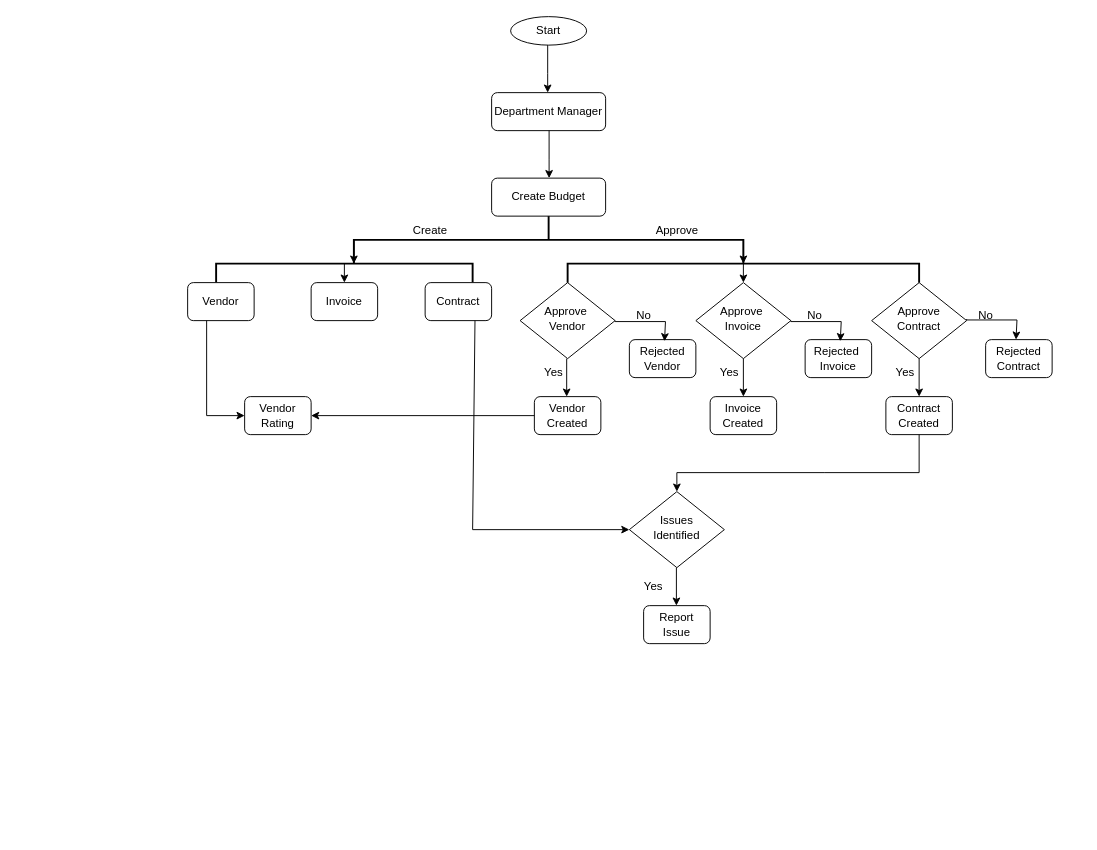
The draw.io diagram Untitled Diagram.drawio in anjana732/Cv, before the edit. Source tidied: cells renumbered, new cells numbered last; positions are measured from the earlier drawing's top-left corner, leaving out a move shared by most shapes. Both pictures are drawn from the tidied source at 95%, with x=0, y=0 at pixel (187, 16).
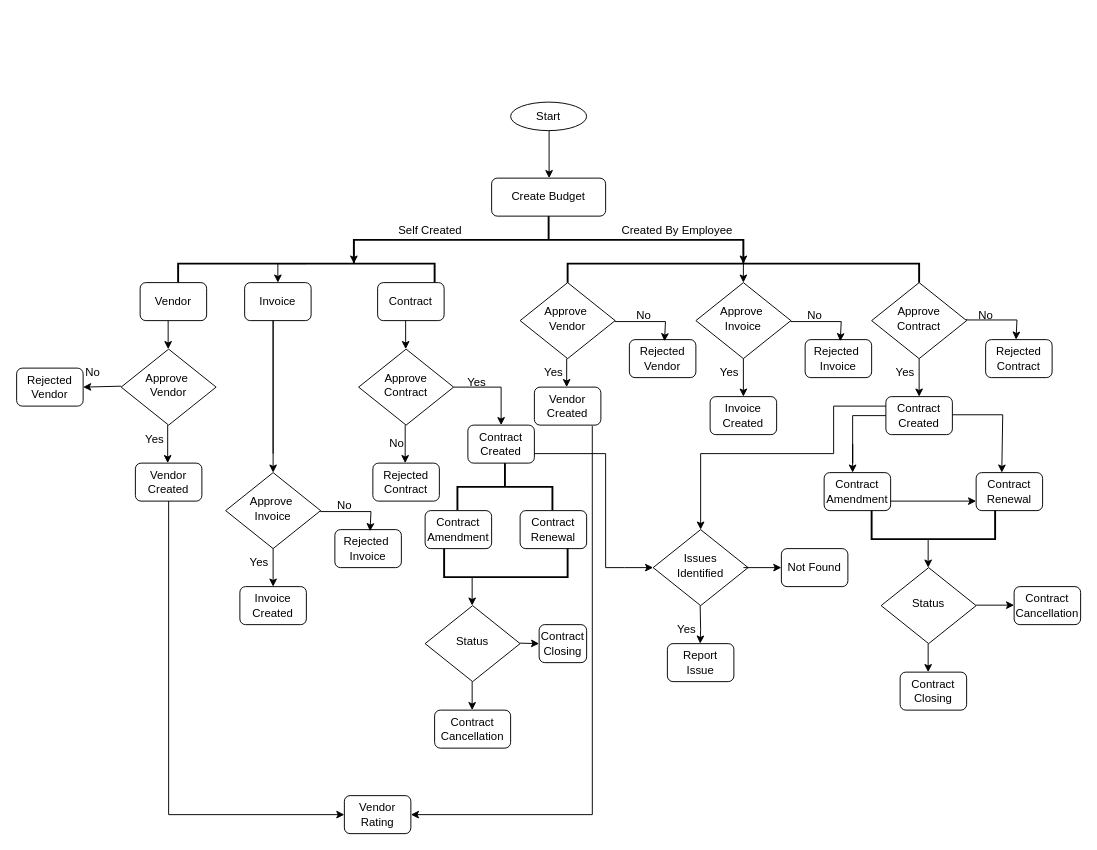
The same diagram, later.

Unchanged cells that the change refers to:
```xml
<mxCell id="26" value="Contract Created" style="rounded=1;whiteSpace=wrap;html=1;fontSize=12;glass=0;strokeWidth=1;shadow=0;" parent="1" vertex="1">
  <mxGeometry x="735" y="400" width="70" height="40" as="geometry" />
</mxCell>
```

Change to the diagram source:
```diff
@@
-    <mxCell id="2" value="Department Manager" style="rounded=1;whiteSpace=wrap;html=1;fontSize=12;glass=0;strokeWidth=1;shadow=0;" parent="1" vertex="1">
-      <mxGeometry x="320" y="80" width="120" height="40" as="geometry" />
-    </mxCell>
     <mxCell id="3" value="Start" style="ellipse;whiteSpace=wrap;html=1;" parent="1" vertex="1">
-      <mxGeometry x="340" width="80" height="30" as="geometry" />
+      <mxGeometry x="340" y="90" width="80" height="30" as="geometry" />
     </mxCell>
-    <mxCell id="4" style="endArrow=classic;html=1;rounded=0;" parent="1" edge="1">
-      <mxGeometry relative="1" as="geometry">
-        <mxPoint x="379" y="30" as="sourcePoint" />
-        <mxPoint x="379" y="80" as="targetPoint" />
-        <Array as="points">
-          <mxPoint x="379" y="60" />
-        </Array>
-      </mxGeometry>
-    </mxCell>
@@
-    <mxCell id="9" value="Create" style="text;html=1;align=center;verticalAlign=middle;strokeColor=none;fillColor=none;" parent="1" vertex="1">
-      <mxGeometry x="225" y="210" width="60" height="30" as="geometry" />
+    <mxCell id="9" value="Self Created" style="text;html=1;align=center;verticalAlign=middle;strokeColor=none;fillColor=none;" parent="1" vertex="1">
+      <mxGeometry x="210" y="210" width="90" height="30" as="geometry" />
     </mxCell>
-    <mxCell id="10" value="Approve" style="text;html=1;align=center;verticalAlign=middle;strokeColor=none;fillColor=none;" parent="1" vertex="1">
-      <mxGeometry x="480" y="210" width="70" height="30" as="geometry" />
+    <mxCell id="10" value="Created By Employee" style="text;html=1;align=center;verticalAlign=middle;strokeColor=none;fillColor=none;" parent="1" vertex="1">
+      <mxGeometry x="445" y="210" width="140" height="30" as="geometry" />
     </mxCell>
@@
     <mxCell id="14" style="strokeWidth=2;html=1;shape=mxgraph.flowchart.annotation_1;align=left;direction=south;" parent="1" vertex="1">
-      <mxGeometry x="30" y="260" width="270" height="20" as="geometry" />
+      <mxGeometry x="-10" y="260" width="270" height="20" as="geometry" />
     </mxCell>
@@
     <mxCell id="17" value="Vendor" style="rounded=1;whiteSpace=wrap;html=1;fontSize=12;glass=0;strokeWidth=1;shadow=0;" parent="1" vertex="1">
-      <mxGeometry y="280" width="70" height="40" as="geometry" />
+      <mxGeometry x="-50" y="280" width="70" height="40" as="geometry" />
     </mxCell>
     <mxCell id="18" value="Contract" style="rounded=1;whiteSpace=wrap;html=1;fontSize=12;glass=0;strokeWidth=1;shadow=0;" parent="1" vertex="1">
-      <mxGeometry x="250" y="280" width="70" height="40" as="geometry" />
+      <mxGeometry x="200" y="280" width="70" height="40" as="geometry" />
     </mxCell>
     <mxCell id="19" value="Invoice" style="rounded=1;whiteSpace=wrap;html=1;fontSize=12;glass=0;strokeWidth=1;shadow=0;" parent="1" vertex="1">
-      <mxGeometry x="130" y="280" width="70" height="40" as="geometry" />
+      <mxGeometry x="60" y="280" width="70" height="40" as="geometry" />
     </mxCell>
@@
     <mxCell id="22" value="Vendor Created" style="rounded=1;whiteSpace=wrap;html=1;fontSize=12;glass=0;strokeWidth=1;shadow=0;" parent="1" vertex="1">
-      <mxGeometry x="365" y="400" width="70" height="40" as="geometry" />
+      <mxGeometry x="365" y="390" width="70" height="40" as="geometry" />
     </mxCell>
@@
     <mxCell id="28" style="endArrow=classic;html=1;rounded=0;" parent="1" edge="1">
       <mxGeometry relative="1" as="geometry">
         <mxPoint x="399" y="360" as="sourcePoint" />
-        <mxPoint x="399" y="400" as="targetPoint" />
+        <mxPoint x="399" y="390" as="targetPoint" />
       </mxGeometry>
     </mxCell>
@@
     <mxCell id="40" value="Vendor Rating" style="rounded=1;whiteSpace=wrap;html=1;fontSize=12;glass=0;strokeWidth=1;shadow=0;" parent="1" vertex="1">
-      <mxGeometry x="60" y="400" width="70" height="40" as="geometry" />
+      <mxGeometry x="165" y="820" width="70" height="40" as="geometry" />
     </mxCell>
-    <mxCell id="41" style="endArrow=classic;html=1;rounded=0;entryX=0;entryY=0.5;entryDx=0;entryDy=0;" parent="1" edge="1" target="40">
+    <mxCell id="41" style="endArrow=classic;html=1;rounded=0;entryX=0;entryY=0.5;entryDx=0;entryDy=0;exitX=0.5;exitY=1;exitDx=0;exitDy=0;" parent="1" edge="1" source="50" target="40">
       <mxGeometry relative="1" as="geometry">
-        <mxPoint x="20" y="320" as="sourcePoint" />
         <Array as="points">
-          <mxPoint x="20" y="420" />
+          <mxPoint x="-20" y="840" />
         </Array>
       </mxGeometry>
     </mxCell>
-    <mxCell id="42" style="endArrow=classic;html=1;rounded=0;entryX=1;entryY=0.5;entryDx=0;entryDy=0;exitX=0;exitY=0.5;exitDx=0;exitDy=0;" parent="1" edge="1" source="22" target="40">
-      <mxGeometry relative="1" as="geometry" />
+    <mxCell id="42" style="endArrow=classic;html=1;rounded=0;entryX=1;entryY=0.5;entryDx=0;entryDy=0;exitX=0.871;exitY=1.025;exitDx=0;exitDy=0;exitPerimeter=0;" parent="1" edge="1" source="22" target="40">
+      <mxGeometry relative="1" as="geometry">
+        <Array as="points">
+          <mxPoint x="426" y="840" />
+        </Array>
+      </mxGeometry>
     </mxCell>
-    <mxCell id="43" style="endArrow=classic;html=1;rounded=0;entryX=0;entryY=0.5;entryDx=0;entryDy=0;exitX=0.75;exitY=1;exitDx=0;exitDy=0;" parent="1" edge="1" source="18">
-      <mxGeometry relative="1" as="geometry">
-        <mxPoint x="465" y="540" as="targetPoint" />
-        <Array as="points">
-          <mxPoint x="300" y="540" />
-        </Array>
-      </mxGeometry>
-    </mxCell>
+    <mxCell id="49" value="Approve&amp;nbsp;&lt;div&gt;Vendor&lt;/div&gt;" style="rhombus;whiteSpace=wrap;html=1;shadow=0;fontFamily=Helvetica;fontSize=12;align=center;strokeWidth=1;spacing=6;spacingTop=-4;" parent="1" vertex="1">
+      <mxGeometry x="-70" y="350" width="100" height="80" as="geometry" />
+    </mxCell>
+    <mxCell id="50" value="Vendor Created" style="rounded=1;whiteSpace=wrap;html=1;fontSize=12;glass=0;strokeWidth=1;shadow=0;" parent="1" vertex="1">
+      <mxGeometry x="-55" y="470" width="70" height="40" as="geometry" />
+    </mxCell>
+    <mxCell id="51" value="Rejected&lt;div&gt;Vendor&lt;/div&gt;" style="rounded=1;whiteSpace=wrap;html=1;fontSize=12;glass=0;strokeWidth=1;shadow=0;" parent="1" vertex="1">
+      <mxGeometry x="-180" y="370" width="70" height="40" as="geometry" />
+    </mxCell>
+    <mxCell id="52" style="endArrow=classic;html=1;rounded=0;" parent="1" edge="1">
+      <mxGeometry relative="1" as="geometry">
+        <mxPoint x="-21" y="430" as="sourcePoint" />
+        <mxPoint x="-21" y="470" as="targetPoint" />
+      </mxGeometry>
+    </mxCell>
+    <mxCell id="53" value="Yes" style="text;html=1;align=center;verticalAlign=middle;strokeColor=none;fillColor=none;" parent="1" vertex="1">
+      <mxGeometry x="-55" y="430" width="40" height="30" as="geometry" />
+    </mxCell>
+    <mxCell id="54" value="No" style="text;html=1;align=center;verticalAlign=middle;strokeColor=none;fillColor=none;" parent="1" vertex="1">
+      <mxGeometry x="-120" y="360" width="40" height="30" as="geometry" />
+    </mxCell>
+    <mxCell id="55" style="endArrow=classic;html=1;rounded=0;" parent="1" edge="1">
+      <mxGeometry relative="1" as="geometry">
+        <mxPoint x="-70" y="389" as="sourcePoint" />
+        <mxPoint x="-110" y="390" as="targetPoint" />
+      </mxGeometry>
+    </mxCell>
+    <mxCell id="56" style="endArrow=classic;html=1;rounded=0;" parent="1" edge="1">
+      <mxGeometry relative="1" as="geometry">
+        <mxPoint x="-20.5" y="320" as="sourcePoint" />
+        <mxPoint x="-20.5" y="350" as="targetPoint" />
+      </mxGeometry>
+    </mxCell>
+    <mxCell id="57" value="Approve Contract" style="rhombus;whiteSpace=wrap;html=1;shadow=0;fontFamily=Helvetica;fontSize=12;align=center;strokeWidth=1;spacing=6;spacingTop=-4;" parent="1" vertex="1">
+      <mxGeometry x="180" y="350" width="100" height="80" as="geometry" />
+    </mxCell>
+    <mxCell id="58" value="Contract Created" style="rounded=1;whiteSpace=wrap;html=1;fontSize=12;glass=0;strokeWidth=1;shadow=0;" parent="1" vertex="1">
+      <mxGeometry x="295" y="430" width="70" height="40" as="geometry" />
+    </mxCell>
+    <mxCell id="59" value="Rejected&lt;div&gt;Contract&lt;/div&gt;" style="rounded=1;whiteSpace=wrap;html=1;fontSize=12;glass=0;strokeWidth=1;shadow=0;" parent="1" vertex="1">
+      <mxGeometry x="195" y="470" width="70" height="40" as="geometry" />
+    </mxCell>
+    <mxCell id="60" style="endArrow=classic;html=1;rounded=0;" parent="1" edge="1">
+      <mxGeometry relative="1" as="geometry">
+        <mxPoint x="229" y="430" as="sourcePoint" />
+        <mxPoint x="229" y="470" as="targetPoint" />
+      </mxGeometry>
+    </mxCell>
+    <mxCell id="61" value="Yes" style="text;html=1;align=center;verticalAlign=middle;strokeColor=none;fillColor=none;" parent="1" vertex="1">
+      <mxGeometry x="284" y="370" width="40" height="30" as="geometry" />
+    </mxCell>
+    <mxCell id="62" value="No" style="text;html=1;align=center;verticalAlign=middle;strokeColor=none;fillColor=none;" parent="1" vertex="1">
+      <mxGeometry x="200" y="435" width="40" height="30" as="geometry" />
+    </mxCell>
+    <mxCell id="63" style="endArrow=classic;html=1;rounded=0;" parent="1" edge="1">
+      <mxGeometry relative="1" as="geometry">
+        <mxPoint x="229.5" y="320" as="sourcePoint" />
+        <mxPoint x="229.5" y="350" as="targetPoint" />
+      </mxGeometry>
+    </mxCell>
+    <mxCell id="64" style="edgeStyle=orthogonalEdgeStyle;rounded=0;jettySize=auto;html=1;exitX=0;exitY=0.5;exitDx=0;exitDy=0;exitPerimeter=0;entryX=0.5;entryY=0;entryDx=0;entryDy=0;" parent="1" edge="1" target="65">
+      <mxGeometry relative="1" as="geometry">
+        <mxPoint x="90" y="460" as="sourcePoint" />
+        <Array as="points">
+          <mxPoint x="90" y="320" />
+          <mxPoint x="90" y="320" />
+        </Array>
+      </mxGeometry>
+    </mxCell>
+    <mxCell id="65" value="Approve&amp;nbsp;&lt;div&gt;Invoice&lt;/div&gt;" style="rhombus;whiteSpace=wrap;html=1;shadow=0;fontFamily=Helvetica;fontSize=12;align=center;strokeWidth=1;spacing=6;spacingTop=-4;" parent="1" vertex="1">
+      <mxGeometry x="40" y="480" width="100" height="80" as="geometry" />
+    </mxCell>
+    <mxCell id="66" value="Invoice Created" style="rounded=1;whiteSpace=wrap;html=1;fontSize=12;glass=0;strokeWidth=1;shadow=0;" parent="1" vertex="1">
+      <mxGeometry x="55" y="600" width="70" height="40" as="geometry" />
+    </mxCell>
+    <mxCell id="67" value="Rejected&amp;nbsp;&lt;div&gt;Invoice&lt;/div&gt;" style="rounded=1;whiteSpace=wrap;html=1;fontSize=12;glass=0;strokeWidth=1;shadow=0;" parent="1" vertex="1">
+      <mxGeometry x="155" y="540" width="70" height="40" as="geometry" />
+    </mxCell>
+    <mxCell id="68" style="endArrow=classic;html=1;rounded=0;" parent="1" edge="1">
+      <mxGeometry relative="1" as="geometry">
+        <mxPoint x="90" y="560" as="sourcePoint" />
+        <mxPoint x="90" y="600" as="targetPoint" />
+      </mxGeometry>
+    </mxCell>
+    <mxCell id="69" style="edgeStyle=orthogonalEdgeStyle;rounded=0;orthogonalLoop=1;jettySize=auto;html=1;" parent="1" edge="1">
+      <mxGeometry relative="1" as="geometry">
+        <mxPoint x="140" y="520" as="sourcePoint" />
+        <mxPoint x="192" y="541.7" as="targetPoint" />
+        <Array as="points">
+          <mxPoint x="140" y="521" />
+          <mxPoint x="193" y="521" />
+        </Array>
+      </mxGeometry>
+    </mxCell>
+    <mxCell id="70" value="Yes" style="text;html=1;align=center;verticalAlign=middle;strokeColor=none;fillColor=none;" parent="1" vertex="1">
+      <mxGeometry x="55" y="560" width="40" height="30" as="geometry" />
+    </mxCell>
+    <mxCell id="71" value="No" style="text;html=1;align=center;verticalAlign=middle;strokeColor=none;fillColor=none;" parent="1" vertex="1">
+      <mxGeometry x="145" y="500" width="40" height="30" as="geometry" />
+    </mxCell>
+    <mxCell id="72" style="endArrow=classic;html=1;rounded=0;exitX=1;exitY=0.75;exitDx=0;exitDy=0;" parent="1" edge="1" source="58">
+      <mxGeometry relative="1" as="geometry">
+        <mxPoint x="490" y="580" as="targetPoint" />
+        <Array as="points">
+          <mxPoint x="440" y="460" />
+          <mxPoint x="440" y="580" />
+          <mxPoint x="460" y="580" />
+        </Array>
+      </mxGeometry>
+    </mxCell>
+    <mxCell id="73" value="Contract Amendment" style="rounded=1;whiteSpace=wrap;html=1;fontSize=12;glass=0;strokeWidth=1;shadow=0;" parent="1" vertex="1">
+      <mxGeometry x="670" y="480" width="70" height="40" as="geometry" />
+    </mxCell>
+    <mxCell id="74" style="endArrow=classic;html=1;rounded=0;exitX=0;exitY=0.5;exitDx=0;exitDy=0;" parent="1" edge="1" source="26">
+      <mxGeometry relative="1" as="geometry">
+        <mxPoint x="700" y="480" as="targetPoint" />
+        <Array as="points">
+          <mxPoint x="700" y="420" />
+          <mxPoint x="700" y="470" />
+          <mxPoint x="700" y="450" />
+        </Array>
+      </mxGeometry>
+    </mxCell>
+    <mxCell id="75" value="Contract Renewal" style="rounded=1;whiteSpace=wrap;html=1;fontSize=12;glass=0;strokeWidth=1;shadow=0;" parent="1" vertex="1">
+      <mxGeometry x="830" y="480" width="70" height="40" as="geometry" />
+    </mxCell>
+    <mxCell id="76" style="edgeStyle=orthogonalEdgeStyle;rounded=0;jettySize=auto;html=1;entryX=0.386;entryY=0;entryDx=0;entryDy=0;entryPerimeter=0;" parent="1" edge="1" target="75">
+      <mxGeometry relative="1" as="geometry">
+        <mxPoint x="805" y="419.1" as="sourcePoint" />
+        <Array as="points">
+          <mxPoint x="858" y="419" />
+        </Array>
+      </mxGeometry>
+    </mxCell>
+    <mxCell id="77" value="Contract Closing" style="rounded=1;whiteSpace=wrap;html=1;fontSize=12;glass=0;strokeWidth=1;shadow=0;" parent="1" vertex="1">
+      <mxGeometry x="750" y="690" width="70" height="40" as="geometry" />
+    </mxCell>
+    <mxCell id="78" style="endArrow=classic;html=1;rounded=0;" parent="1" edge="1">
+      <mxGeometry relative="1" as="geometry">
+        <mxPoint x="740" y="510" as="sourcePoint" />
+        <mxPoint x="830" y="510" as="targetPoint" />
+      </mxGeometry>
+    </mxCell>
+    <mxCell id="79" value="Status" style="rhombus;whiteSpace=wrap;html=1;shadow=0;fontFamily=Helvetica;fontSize=12;align=center;strokeWidth=1;spacing=6;spacingTop=-4;" parent="1" vertex="1">
+      <mxGeometry x="730" y="580" width="100" height="80" as="geometry" />
+    </mxCell>
+    <mxCell id="80" style="strokeWidth=2;html=1;shape=mxgraph.flowchart.annotation_1;align=left;direction=north;" parent="1" vertex="1">
+      <mxGeometry x="720" y="520" width="130" height="30" as="geometry" />
+    </mxCell>
+    <mxCell id="81" value="Contract Cancellation" style="rounded=1;whiteSpace=wrap;html=1;fontSize=12;glass=0;strokeWidth=1;shadow=0;" parent="1" vertex="1">
+      <mxGeometry x="870" y="600" width="70" height="40" as="geometry" />
+    </mxCell>
+    <mxCell id="82" style="endArrow=classic;html=1;rounded=0;" parent="1" edge="1">
+      <mxGeometry relative="1" as="geometry">
+        <mxPoint x="779.5" y="550" as="sourcePoint" />
+        <mxPoint x="779.5" y="580" as="targetPoint" />
+      </mxGeometry>
+    </mxCell>
+    <mxCell id="83" style="edgeStyle=orthogonalEdgeStyle;rounded=0;orthogonalLoop=1;jettySize=auto;html=1;exitX=0;exitY=0.5;exitDx=0;exitDy=0;exitPerimeter=0;" parent="1" edge="1" source="80" target="80">
+      <mxGeometry relative="1" as="geometry" />
+    </mxCell>
+    <mxCell id="84" style="edgeStyle=orthogonalEdgeStyle;rounded=0;orthogonalLoop=1;jettySize=auto;html=1;exitX=0;exitY=0.5;exitDx=0;exitDy=0;exitPerimeter=0;" parent="1" edge="1" source="80" target="80">
+      <mxGeometry relative="1" as="geometry" />
+    </mxCell>
+    <mxCell id="85" style="edgeStyle=orthogonalEdgeStyle;rounded=0;orthogonalLoop=1;jettySize=auto;html=1;exitX=0;exitY=0.5;exitDx=0;exitDy=0;exitPerimeter=0;" parent="1" edge="1" source="80" target="80">
+      <mxGeometry relative="1" as="geometry" />
+    </mxCell>
+    <mxCell id="86" style="endArrow=classic;html=1;rounded=0;" parent="1" edge="1">
+      <mxGeometry relative="1" as="geometry">
+        <mxPoint x="779.5" y="660" as="sourcePoint" />
+        <mxPoint x="779.5" y="690" as="targetPoint" />
+      </mxGeometry>
+    </mxCell>
+    <mxCell id="87" style="endArrow=classic;html=1;rounded=0;" parent="1" edge="1">
+      <mxGeometry relative="1" as="geometry">
+        <mxPoint x="830" y="619.5" as="sourcePoint" />
+        <mxPoint x="870" y="619.5" as="targetPoint" />
+      </mxGeometry>
+    </mxCell>
     <mxCell id="44" value="Issues&lt;br&gt;Identified" style="rhombus;whiteSpace=wrap;html=1;shadow=0;fontFamily=Helvetica;fontSize=12;align=center;strokeWidth=1;spacing=6;spacingTop=-4;" parent="1" vertex="1">
-      <mxGeometry x="465" y="500" width="100" height="80" as="geometry" />
+      <mxGeometry x="490" y="540" width="100" height="80" as="geometry" />
     </mxCell>
+    <mxCell id="46" value="Report Issue" style="rounded=1;whiteSpace=wrap;html=1;fontSize=12;glass=0;strokeWidth=1;shadow=0;" parent="1" vertex="1">
+      <mxGeometry x="505" y="660" width="70" height="40" as="geometry" />
+    </mxCell>
+    <mxCell id="88" style="endArrow=classic;html=1;rounded=0;" parent="1" edge="1">
+      <mxGeometry relative="1" as="geometry">
+        <mxPoint x="539.5" y="620" as="sourcePoint" />
+        <mxPoint x="539.5" y="660" as="targetPoint" />
+        <Array as="points">
+          <mxPoint x="540" y="645" />
+        </Array>
+      </mxGeometry>
+    </mxCell>
+    <mxCell id="89" value="Yes" style="text;html=1;align=center;verticalAlign=middle;strokeColor=none;fillColor=none;" parent="1" vertex="1">
+      <mxGeometry x="505" y="630" width="40" height="30" as="geometry" />
+    </mxCell>
-    <mxCell id="45" style="endArrow=classic;html=1;rounded=0;exitX=0.5;exitY=1;exitDx=0;exitDy=0;entryX=0.5;entryY=0;entryDx=0;entryDy=0;" parent="1" edge="1" source="26" target="44">
+    <mxCell id="45" style="endArrow=classic;html=1;rounded=0;entryX=0.5;entryY=0;entryDx=0;entryDy=0;exitX=0;exitY=0.25;exitDx=0;exitDy=0;" parent="1" edge="1" source="26" target="44">
       <mxGeometry relative="1" as="geometry">
         <Array as="points">
-          <mxPoint x="770" y="480" />
-          <mxPoint x="670" y="480" />
-          <mxPoint x="515" y="480" />
+          <mxPoint x="680" y="410" />
+          <mxPoint x="680" y="460" />
+          <mxPoint x="540" y="460" />
         </Array>
       </mxGeometry>
     </mxCell>
-    <mxCell id="46" value="Report Issue" style="rounded=1;whiteSpace=wrap;html=1;fontSize=12;glass=0;strokeWidth=1;shadow=0;" parent="1" vertex="1">
-      <mxGeometry x="480" y="620" width="70" height="40" as="geometry" />
-    </mxCell>
-    <mxCell id="47" style="endArrow=classic;html=1;rounded=0;" parent="1" edge="1">
-      <mxGeometry relative="1" as="geometry">
-        <mxPoint x="514.5" y="580" as="sourcePoint" />
-        <mxPoint x="514.5" y="620" as="targetPoint" />
-      </mxGeometry>
-    </mxCell>
-    <mxCell id="48" value="Yes" style="text;html=1;align=center;verticalAlign=middle;strokeColor=none;fillColor=none;" parent="1" vertex="1">
-      <mxGeometry x="470" y="585" width="40" height="30" as="geometry" />
-    </mxCell>
+    <mxCell id="90" value="Not Found" style="rounded=1;whiteSpace=wrap;html=1;fontSize=12;glass=0;strokeWidth=1;shadow=0;" parent="1" vertex="1">
+      <mxGeometry x="625" y="560" width="70" height="40" as="geometry" />
+    </mxCell>
+    <mxCell id="91" style="endArrow=classic;html=1;rounded=0;" parent="1" edge="1">
+      <mxGeometry relative="1" as="geometry">
+        <mxPoint x="585" y="580" as="sourcePoint" />
+        <mxPoint x="625" y="580" as="targetPoint" />
+      </mxGeometry>
+    </mxCell>
+    <mxCell id="92" style="endArrow=classic;html=1;rounded=0;" parent="1" edge="1">
+      <mxGeometry relative="1" as="geometry">
+        <mxPoint x="280" y="390" as="sourcePoint" />
+        <mxPoint x="330" y="430" as="targetPoint" />
+        <Array as="points">
+          <mxPoint x="330" y="390" />
+        </Array>
+      </mxGeometry>
+    </mxCell>
+    <mxCell id="93" style="strokeWidth=2;html=1;shape=mxgraph.flowchart.annotation_2;align=left;labelPosition=right;direction=south;" parent="1" vertex="1">
+      <mxGeometry x="284" y="470" width="100" height="50" as="geometry" />
+    </mxCell>
+    <mxCell id="94" value="Contract Amendment" style="rounded=1;whiteSpace=wrap;html=1;fontSize=12;glass=0;strokeWidth=1;shadow=0;" parent="1" vertex="1">
+      <mxGeometry x="250" y="520" width="70" height="40" as="geometry" />
+    </mxCell>
+    <mxCell id="95" value="Contract Renewal" style="rounded=1;whiteSpace=wrap;html=1;fontSize=12;glass=0;strokeWidth=1;shadow=0;" parent="1" vertex="1">
+      <mxGeometry x="350" y="520" width="70" height="40" as="geometry" />
+    </mxCell>
+    <mxCell id="96" style="strokeWidth=2;html=1;shape=mxgraph.flowchart.annotation_1;align=left;direction=north;" parent="1" vertex="1">
+      <mxGeometry x="270" y="560" width="130" height="30" as="geometry" />
+    </mxCell>
+    <mxCell id="97" value="Contract Closing" style="rounded=1;whiteSpace=wrap;html=1;fontSize=12;glass=0;strokeWidth=1;shadow=0;" parent="1" vertex="1">
+      <mxGeometry x="370" y="640" width="50" height="40" as="geometry" />
+    </mxCell>
+    <mxCell id="98" value="Status" style="rhombus;whiteSpace=wrap;html=1;shadow=0;fontFamily=Helvetica;fontSize=12;align=center;strokeWidth=1;spacing=6;spacingTop=-4;" parent="1" vertex="1">
+      <mxGeometry x="250" y="620" width="100" height="80" as="geometry" />
+    </mxCell>
+    <mxCell id="99" style="endArrow=classic;html=1;rounded=0;" parent="1" edge="1">
+      <mxGeometry relative="1" as="geometry">
+        <mxPoint x="299.5" y="590" as="sourcePoint" />
+        <mxPoint x="299.5" y="620" as="targetPoint" />
+      </mxGeometry>
+    </mxCell>
+    <mxCell id="100" style="edgeStyle=orthogonalEdgeStyle;rounded=0;orthogonalLoop=1;jettySize=auto;html=1;exitX=0;exitY=0.5;exitDx=0;exitDy=0;exitPerimeter=0;" parent="1" edge="1">
+      <mxGeometry relative="1" as="geometry">
+        <mxPoint x="305" y="590" as="sourcePoint" />
+        <mxPoint x="305" y="590" as="targetPoint" />
+      </mxGeometry>
+    </mxCell>
+    <mxCell id="101" style="edgeStyle=orthogonalEdgeStyle;rounded=0;orthogonalLoop=1;jettySize=auto;html=1;exitX=0;exitY=0.5;exitDx=0;exitDy=0;exitPerimeter=0;" parent="1" edge="1">
+      <mxGeometry relative="1" as="geometry">
+        <mxPoint x="305" y="590" as="sourcePoint" />
+        <mxPoint x="305" y="590" as="targetPoint" />
+      </mxGeometry>
+    </mxCell>
+    <mxCell id="102" style="edgeStyle=orthogonalEdgeStyle;rounded=0;orthogonalLoop=1;jettySize=auto;html=1;exitX=0;exitY=0.5;exitDx=0;exitDy=0;exitPerimeter=0;" parent="1" edge="1">
+      <mxGeometry relative="1" as="geometry">
+        <mxPoint x="305" y="590" as="sourcePoint" />
+        <mxPoint x="305" y="590" as="targetPoint" />
+      </mxGeometry>
+    </mxCell>
+    <mxCell id="103" style="endArrow=classic;html=1;rounded=0;" parent="1" edge="1">
+      <mxGeometry relative="1" as="geometry">
+        <mxPoint x="299.5" y="700" as="sourcePoint" />
+        <mxPoint x="299.5" y="730" as="targetPoint" />
+      </mxGeometry>
+    </mxCell>
+    <mxCell id="104" style="endArrow=classic;html=1;rounded=0;" parent="1" edge="1">
+      <mxGeometry relative="1" as="geometry">
+        <mxPoint x="350" y="659.5" as="sourcePoint" />
+        <mxPoint x="370" y="660" as="targetPoint" />
+      </mxGeometry>
+    </mxCell>
+    <mxCell id="105" value="Contract Cancellation" style="rounded=1;whiteSpace=wrap;html=1;fontSize=12;glass=0;strokeWidth=1;shadow=0;" parent="1" vertex="1">
+      <mxGeometry x="260" y="730" width="80" height="40" as="geometry" />
+    </mxCell>
```
